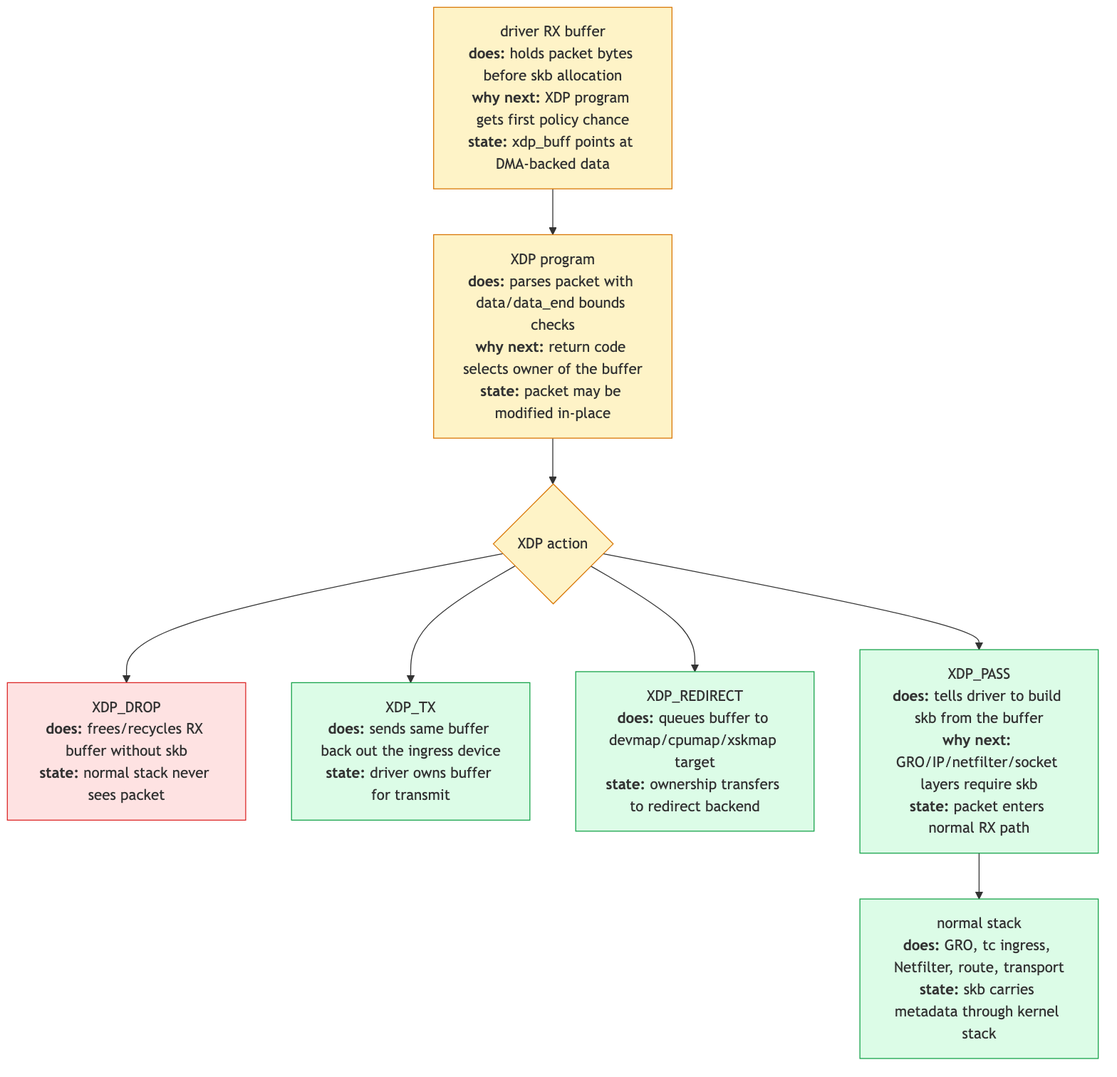
This is linux-net/src/diagrams/day27_xdp_position.png from biefy/books, a Mermaid export, as it was before one commit. Its source is kept beside it as linux-net/src/diagrams/src/day27_xdp_position.mmd.
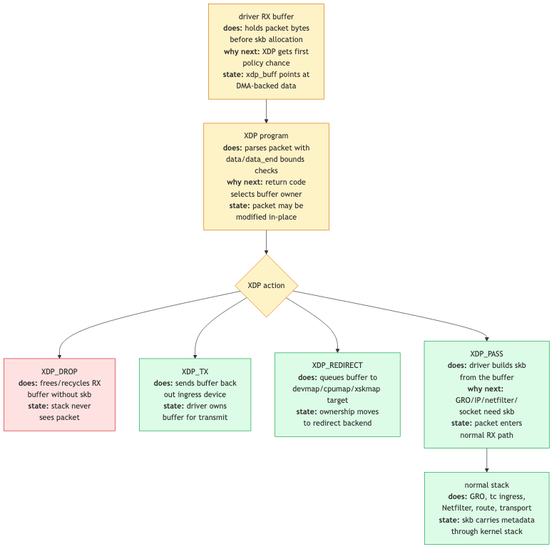
Later version of the same file.

What changed in the source:
```diff
@@ -1,12 +1,12 @@
 flowchart TD
-    Frame["driver RX buffer<br/><b>does:</b> holds packet bytes before skb allocation<br/><b>why next:</b> XDP program gets first policy chance<br/><b>state:</b> xdp_buff points at DMA-backed data"]
-    XDP["XDP program<br/><b>does:</b> parses packet with data/data_end bounds checks<br/><b>why next:</b> return code selects owner of the buffer<br/><b>state:</b> packet may be modified in-place"]
+    Frame["driver RX buffer<br/><b>does:</b> holds packet bytes<br/>before skb allocation<br/><b>why next:</b> XDP gets first<br/>policy chance<br/><b>state:</b> xdp_buff points at<br/>DMA-backed data"]
+    XDP["XDP program<br/><b>does:</b> parses packet with<br/>data/data_end bounds checks<br/><b>why next:</b> return code<br/>selects buffer owner<br/><b>state:</b> packet may be<br/>modified in-place"]
     Action{"XDP action"}
-    Drop["XDP_DROP<br/><b>does:</b> frees/recycles RX buffer without skb<br/><b>state:</b> normal stack never sees packet"]
-    Tx["XDP_TX<br/><b>does:</b> sends same buffer back out the ingress device<br/><b>state:</b> driver owns buffer for transmit"]
-    Redirect["XDP_REDIRECT<br/><b>does:</b> queues buffer to devmap/cpumap/xskmap target<br/><b>state:</b> ownership transfers to redirect backend"]
-    Pass["XDP_PASS<br/><b>does:</b> tells driver to build skb from the buffer<br/><b>why next:</b> GRO/IP/netfilter/socket layers require skb<br/><b>state:</b> packet enters normal RX path"]
-    Stack["normal stack<br/><b>does:</b> GRO, tc ingress, Netfilter, route, transport<br/><b>state:</b> skb carries metadata through kernel stack"]
+    Drop["XDP_DROP<br/><b>does:</b> frees/recycles RX<br/>buffer without skb<br/><b>state:</b> stack never<br/>sees packet"]
+    Tx["XDP_TX<br/><b>does:</b> sends buffer back<br/>out ingress device<br/><b>state:</b> driver owns<br/>buffer for transmit"]
+    Redirect["XDP_REDIRECT<br/><b>does:</b> queues buffer to<br/>devmap/cpumap/xskmap target<br/><b>state:</b> ownership moves<br/>to redirect backend"]
+    Pass["XDP_PASS<br/><b>does:</b> driver builds skb<br/>from the buffer<br/><b>why next:</b> GRO/IP/netfilter/<br/>socket need skb<br/><b>state:</b> packet enters<br/>normal RX path"]
+    Stack["normal stack<br/><b>does:</b> GRO, tc ingress,<br/>Netfilter, route, transport<br/><b>state:</b> skb carries metadata<br/>through kernel stack"]
 
     Frame --> XDP --> Action
     Action --> Drop
```
